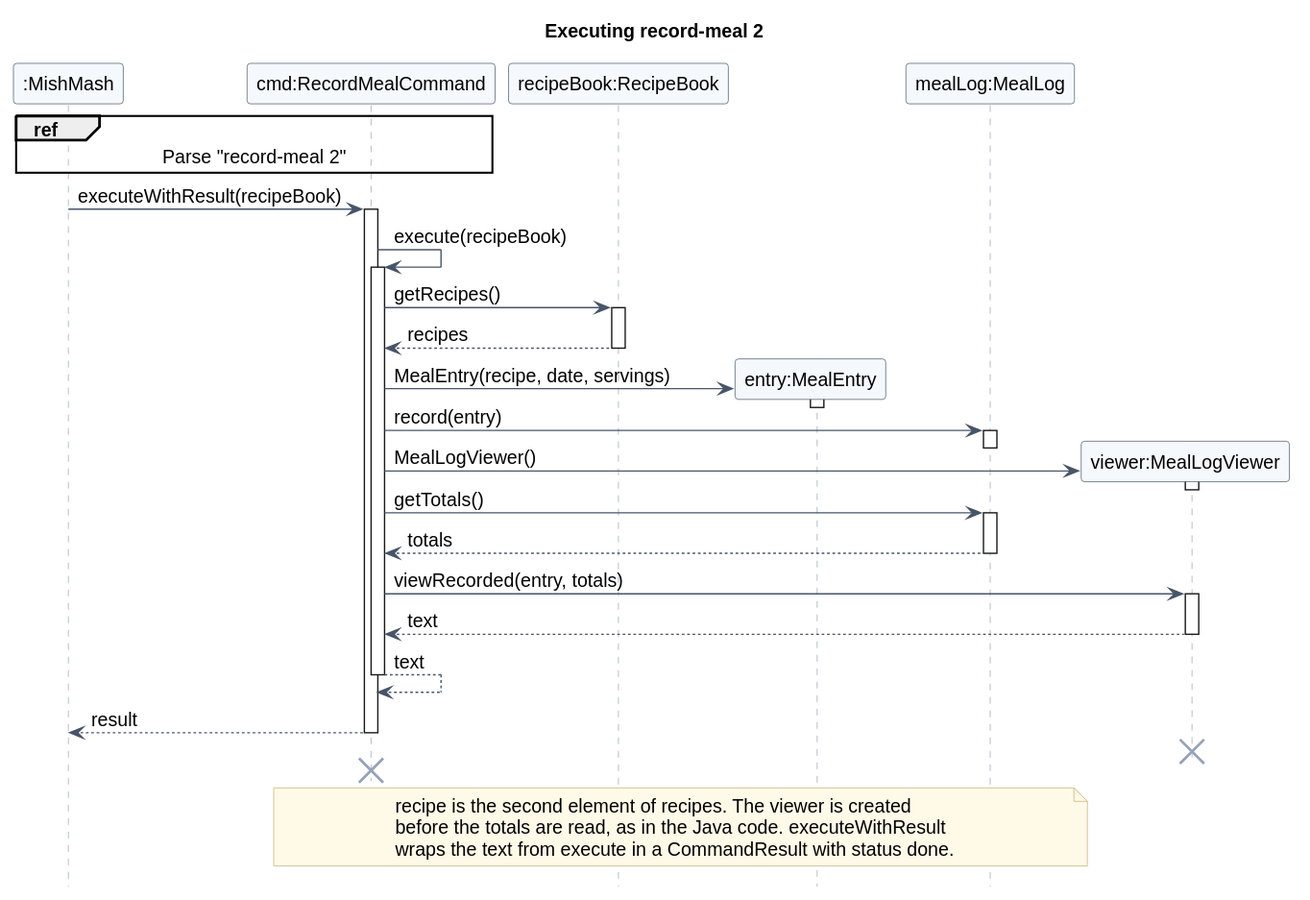
Earlier version of the PlantUML export docs/images/record-meal/record-meal.svg (Rixte/tp).
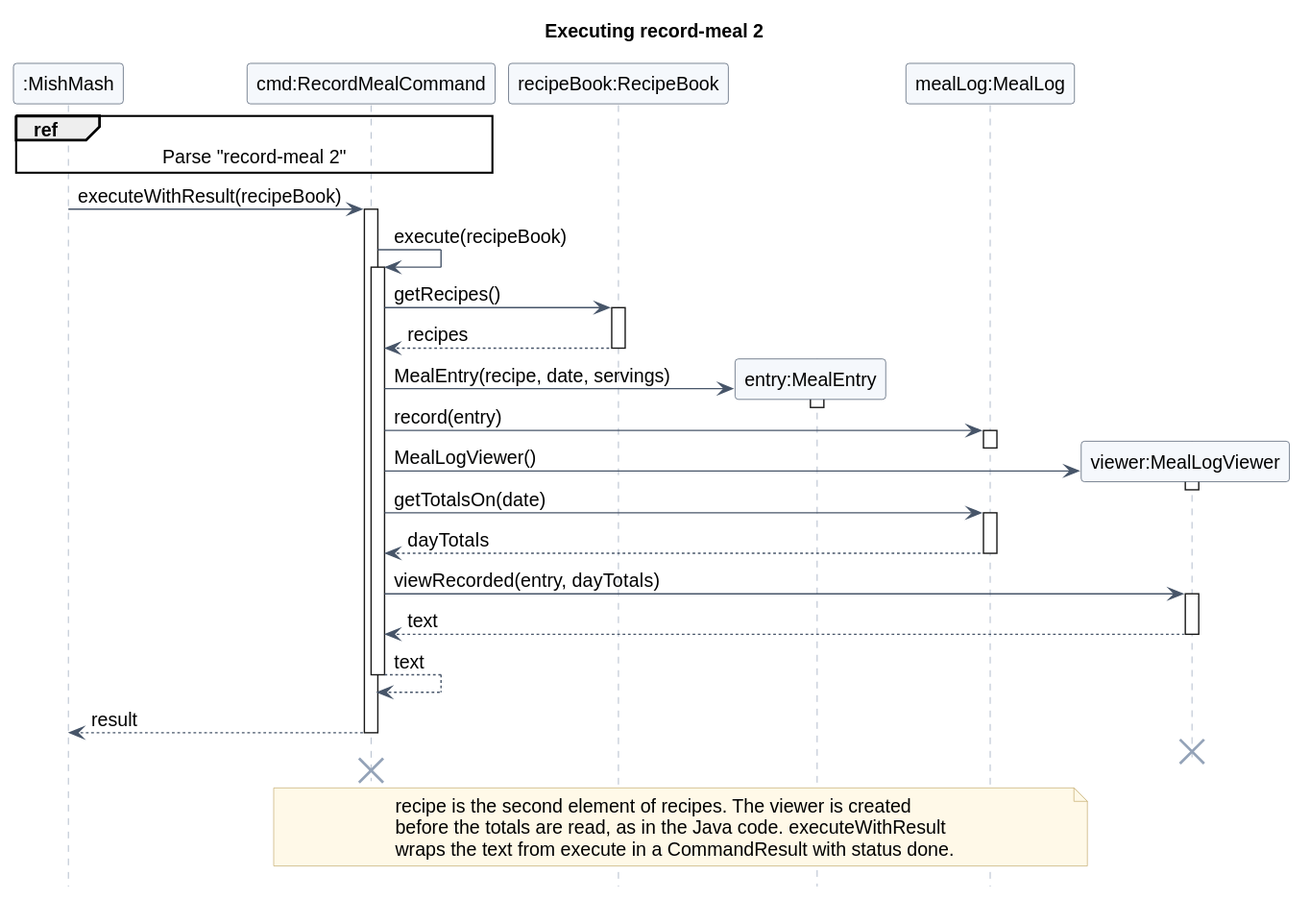
Later version of the same file.

Commit message:
docs: align the DG and diagrams with the generator and meal log changes

What changed in the source:
```diff
@@ -30,11 +30,11 @@
 Command -> Viewer : MealLogViewer()
 activate Viewer
 deactivate Viewer
-Command -> Log : getTotals()
+Command -> Log : getTotalsOn(date)
 activate Log
-Log --> Command : totals
+Log --> Command : dayTotals
 deactivate Log
-Command -> Viewer : viewRecorded(entry, totals)
+Command -> Viewer : viewRecorded(entry, dayTotals)
 activate Viewer
 Viewer --> Command : text
 deactivate Viewer
```
